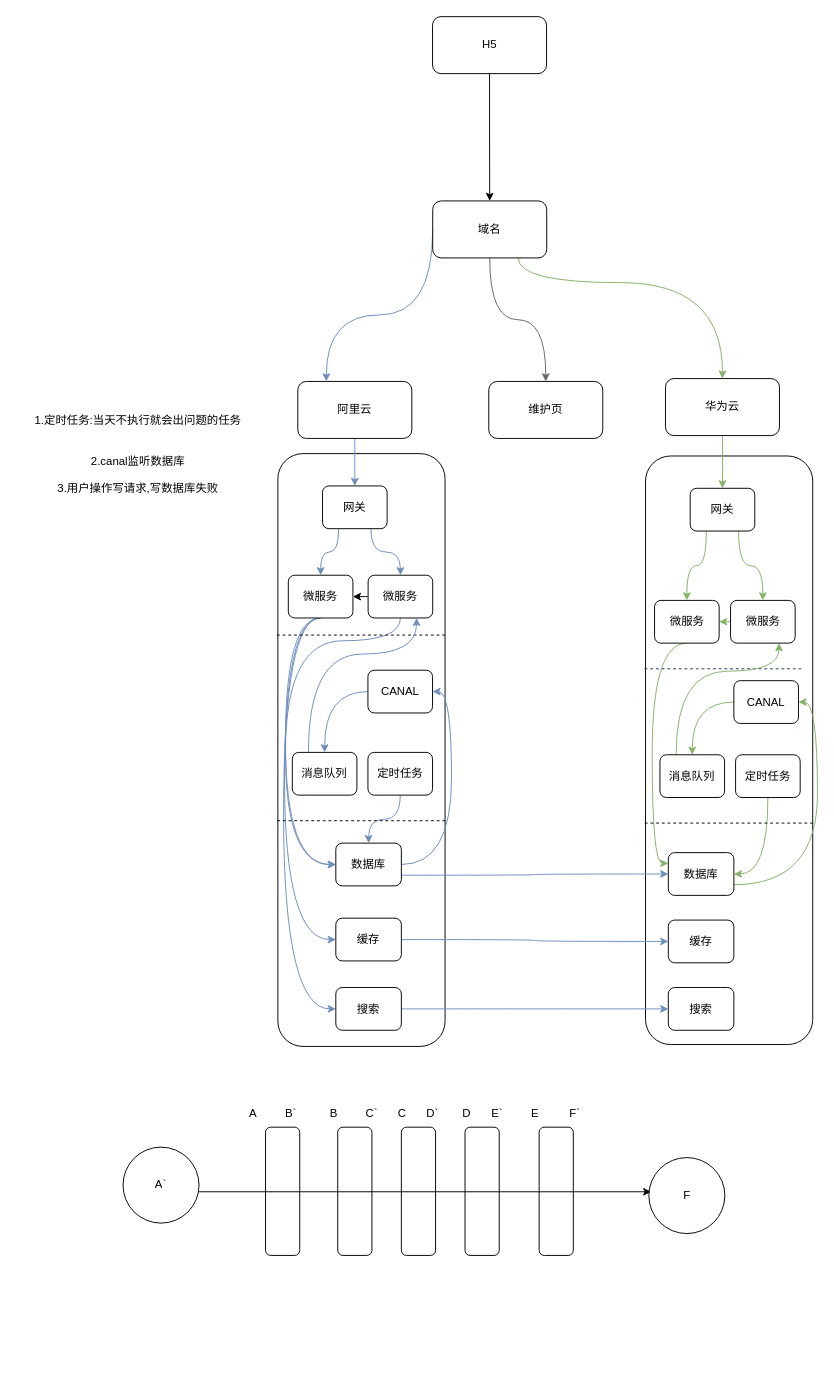
Earlier version of the draw.io diagram 直播迁移实施方案.drawio (mingtian110/pc_home). Source tidied: cells renumbered, new cells numbered last; positions are measured from the earlier drawing's top-left corner, leaving out a move shared by most shapes. Both pictures are drawn from the tidied source at 95%, with x=0, y=0 at pixel (16, 16).
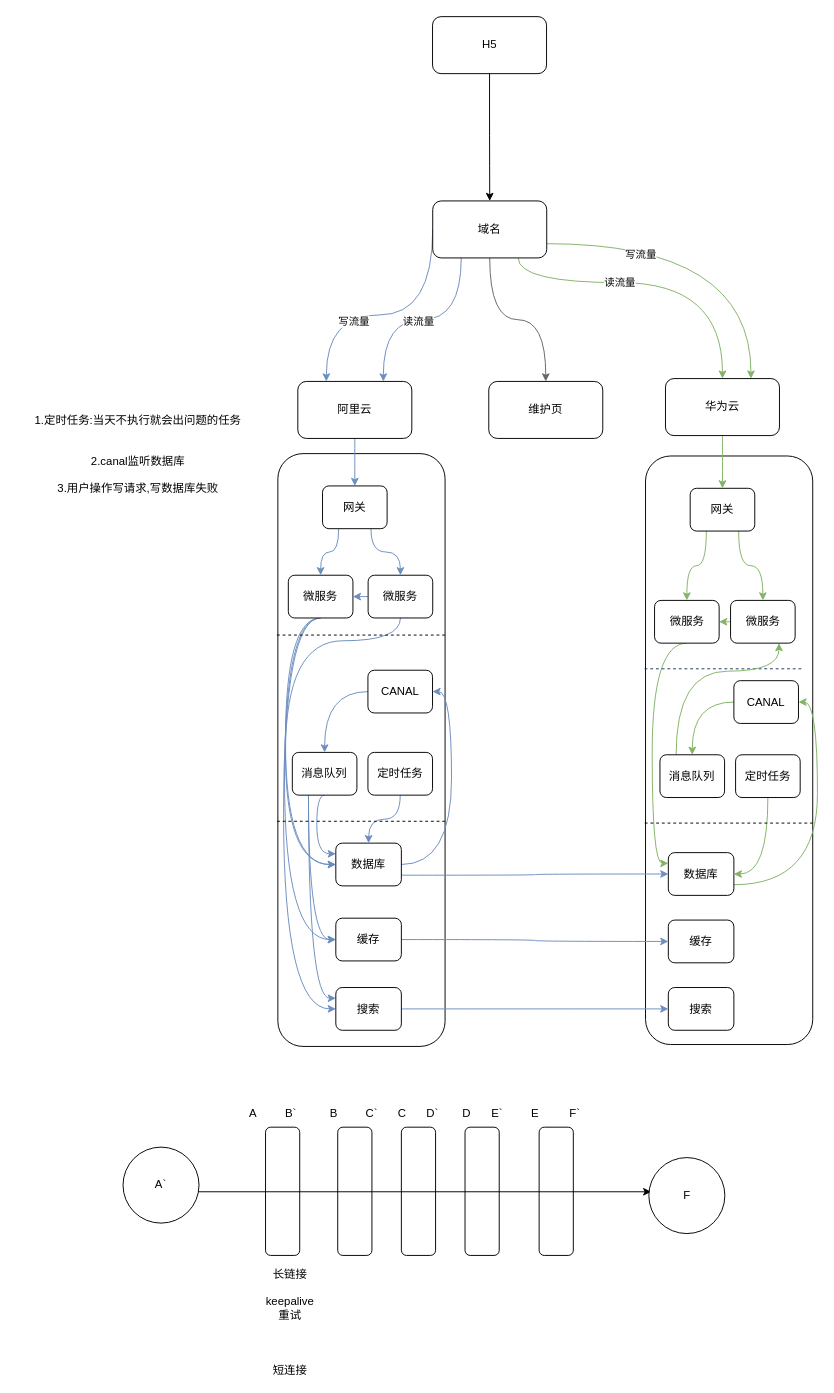
The same diagram, later.

Commit message (it also covers changes not shown here):
更新直播迁移实施方案.drawio

Unchanged cells that the change refers to:
```xml
<mxCell id="4" style="edgeStyle=orthogonalEdgeStyle;jettySize=auto;html=1;exitX=0;exitY=0.5;exitDx=0;exitDy=0;curved=1;entryX=0.25;entryY=0;entryDx=0;entryDy=0;fillColor=#dae8fc;strokeColor=#6c8ebf;" parent="1" edge="1" source="7" target="9">
  <mxGeometry relative="1" as="geometry">
    <Array as="points">
      <mxPoint x="438" y="314" />
      <mxPoint x="326" y="314" />
    </Array>
  </mxGeometry>
</mxCell>
<mxCell id="6" style="edgeStyle=orthogonalEdgeStyle;curved=1;jettySize=auto;html=1;exitX=0.75;exitY=1;exitDx=0;exitDy=0;entryX=0.5;entryY=0;entryDx=0;entryDy=0;fillColor=#d5e8d4;strokeColor=#82b366;" parent="1" edge="1" source="7" target="12">
  <mxGeometry relative="1" as="geometry">
    <Array as="points">
      <mxPoint x="528" y="280" />
      <mxPoint x="743" y="280" />
    </Array>
  </mxGeometry>
</mxCell>
<mxCell id="7" value="域名" style="rounded=1;whiteSpace=wrap;html=1;" parent="1" vertex="1">
  <mxGeometry x="438" y="194" width="120" height="60" as="geometry" />
</mxCell>
<mxCell id="9" value="阿里云" style="rounded=1;whiteSpace=wrap;html=1;" parent="1" vertex="1">
  <mxGeometry x="296" y="384" width="120" height="60" as="geometry" />
</mxCell>
<mxCell id="12" value="华为云" style="rounded=1;whiteSpace=wrap;html=1;" parent="1" vertex="1">
  <mxGeometry x="683" y="381" width="120" height="60" as="geometry" />
</mxCell>
<mxCell id="18" value="微服务" style="rounded=1;whiteSpace=wrap;html=1;" parent="1" vertex="1">
  <mxGeometry x="286" y="588" width="68" height="45" as="geometry" />
</mxCell>
<mxCell id="21" value="微服务" style="rounded=1;whiteSpace=wrap;html=1;" parent="1" vertex="1">
  <mxGeometry x="370" y="588" width="68" height="45" as="geometry" />
</mxCell>
<mxCell id="27" value="消息队列" style="rounded=1;whiteSpace=wrap;html=1;" parent="1" vertex="1">
  <mxGeometry x="290.2" y="774.5" width="68" height="45" as="geometry" />
</mxCell>
<mxCell id="33" value="缓存" style="rounded=1;whiteSpace=wrap;html=1;" parent="1" vertex="1">
  <mxGeometry x="336" y="949" width="69" height="45" as="geometry" />
</mxCell>
<mxCell id="36" value="数据库" style="rounded=1;whiteSpace=wrap;html=1;" parent="1" vertex="1">
  <mxGeometry x="336" y="870" width="69" height="45" as="geometry" />
</mxCell>
<mxCell id="38" value="搜索" style="rounded=1;whiteSpace=wrap;html=1;" parent="1" vertex="1">
  <mxGeometry x="336" y="1022" width="69" height="45" as="geometry" />
</mxCell>
```

The edit, as a diff of the source:
```diff
@@
+    <mxCell id="78" value="写流量" style="edgeLabel;html=1;align=center;verticalAlign=middle;" parent="4" vertex="1">
+      <mxGeometry x="0.28" y="6" relative="1" as="geometry" />
+    </mxCell>
@@
+    <mxCell id="79" value="读流量" style="edgeLabel;html=1;align=center;verticalAlign=middle;" parent="6" vertex="1">
+      <mxGeometry x="-0.23" y="1" relative="1" as="geometry" />
+    </mxCell>
+    <mxCell id="80" style="edgeStyle=orthogonalEdgeStyle;curved=1;jettySize=auto;html=1;exitX=0.25;exitY=1;exitDx=0;exitDy=0;entryX=0.75;entryY=0;entryDx=0;entryDy=0;strokeColor=#6c8ebf;fillColor=#dae8fc;" parent="1" edge="1" source="7" target="9">
+      <mxGeometry relative="1" as="geometry" />
+    </mxCell>
+    <mxCell id="81" value="读流量" style="edgeLabel;html=1;align=center;verticalAlign=middle;" parent="80" vertex="1">
+      <mxGeometry x="0.05" y="1" relative="1" as="geometry" />
+    </mxCell>
+    <mxCell id="82" style="edgeStyle=orthogonalEdgeStyle;curved=1;jettySize=auto;html=1;exitX=1;exitY=0.75;exitDx=0;exitDy=0;entryX=0.75;entryY=0;entryDx=0;entryDy=0;strokeColor=#82b366;fillColor=#d5e8d4;" parent="1" edge="1" source="7" target="12">
+      <mxGeometry relative="1" as="geometry" />
+    </mxCell>
+    <mxCell id="83" value="写流量" style="edgeLabel;html=1;align=center;verticalAlign=middle;" parent="82" vertex="1">
+      <mxGeometry x="-0.45" y="-11" relative="1" as="geometry" />
+    </mxCell>
@@
-    <mxCell id="20" style="edgeStyle=orthogonalEdgeStyle;curved=1;jettySize=auto;html=1;exitX=0;exitY=0.5;exitDx=0;exitDy=0;entryX=1;entryY=0.5;entryDx=0;entryDy=0;" parent="1" edge="1" source="21" target="18">
+    <mxCell id="20" style="edgeStyle=orthogonalEdgeStyle;curved=1;jettySize=auto;html=1;exitX=0;exitY=0.5;exitDx=0;exitDy=0;entryX=1;entryY=0.5;entryDx=0;entryDy=0;fillColor=#dae8fc;strokeColor=#6c8ebf;" parent="1" edge="1" source="21" target="18">
       <mxGeometry relative="1" as="geometry" />
     </mxCell>
@@
-    <mxCell id="26" style="edgeStyle=orthogonalEdgeStyle;curved=1;jettySize=auto;html=1;exitX=0.25;exitY=0;exitDx=0;exitDy=0;entryX=0.75;entryY=1;entryDx=0;entryDy=0;fillColor=#dae8fc;strokeColor=#6c8ebf;" parent="1" edge="1" source="27" target="21">
-      <mxGeometry relative="1" as="geometry">
-        <Array as="points">
-          <mxPoint x="307" y="671" />
-          <mxPoint x="421" y="671" />
-        </Array>
-      </mxGeometry>
-    </mxCell>
+    <mxCell id="84" style="edgeStyle=orthogonalEdgeStyle;curved=1;jettySize=auto;html=1;exitX=0.5;exitY=1;exitDx=0;exitDy=0;entryX=0;entryY=0.25;entryDx=0;entryDy=0;strokeColor=#6c8ebf;fillColor=#dae8fc;" parent="1" edge="1" source="27" target="36">
+      <mxGeometry relative="1" as="geometry">
+        <Array as="points">
+          <mxPoint x="316" y="820" />
+          <mxPoint x="316" y="881" />
+        </Array>
+      </mxGeometry>
+    </mxCell>
+    <mxCell id="85" style="edgeStyle=orthogonalEdgeStyle;curved=1;jettySize=auto;html=1;exitX=0.25;exitY=1;exitDx=0;exitDy=0;entryX=0;entryY=0.5;entryDx=0;entryDy=0;strokeColor=#6c8ebf;fillColor=#dae8fc;" parent="1" edge="1" source="27" target="33">
+      <mxGeometry relative="1" as="geometry">
+        <Array as="points">
+          <mxPoint x="307" y="972" />
+        </Array>
+      </mxGeometry>
+    </mxCell>
+    <mxCell id="86" style="edgeStyle=orthogonalEdgeStyle;curved=1;jettySize=auto;html=1;exitX=0.25;exitY=1;exitDx=0;exitDy=0;entryX=0;entryY=0.25;entryDx=0;entryDy=0;strokeColor=#6c8ebf;fillColor=#dae8fc;" parent="1" edge="1" source="27" target="38">
+      <mxGeometry relative="1" as="geometry" />
+    </mxCell>
@@
     <mxCell id="30" style="endArrow=none;dashed=1;html=1;entryX=1;entryY=0.399;entryDx=0;entryDy=0;entryPerimeter=0;exitX=-0.01;exitY=0.399;exitDx=0;exitDy=0;exitPerimeter=0;" parent="1" edge="1">
       <mxGeometry relative="1" as="geometry">
-        <mxPoint x="274.2" y="846.4" as="sourcePoint" />
-        <mxPoint x="452" y="846.4" as="targetPoint" />
+        <mxPoint x="274.1" y="847" as="sourcePoint" />
+        <mxPoint x="451.9" y="847" as="targetPoint" />
       </mxGeometry>
     </mxCell>
@@
+    <mxCell id="87" value="长链接&lt;br&gt;&lt;br&gt;keepalive&lt;br&gt;重试&lt;br&gt;&lt;br&gt;&lt;br&gt;&lt;br&gt;短连接&lt;br&gt;" style="text;html=1;strokeColor=none;fillColor=none;align=center;verticalAlign=middle;whiteSpace=wrap;rounded=0;" parent="1" vertex="1">
+      <mxGeometry x="260" y="1343" width="56" height="61" as="geometry" />
+    </mxCell>
```
